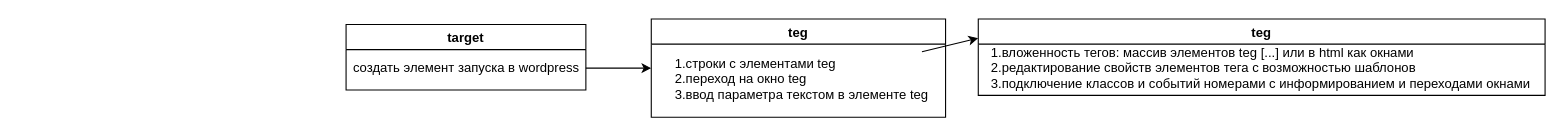
The draw.io diagram bo52.drawio in bo52/start, before the edit. Source tidied: cells renumbered, new cells numbered last; positions are measured from the earlier drawing's top-left corner, leaving out a move shared by most shapes. Both pictures are drawn from the tidied source at 109%, with x=0, y=0 at pixel (346, 19).
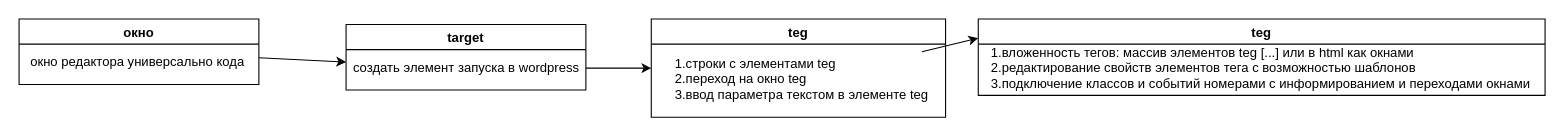
The same page after the edit.

The edit, as a diff of the source:
```diff
@@
 <mxGraphModel>
   <root>
     <mxCell id="0" />
     <mxCell id="1" parent="0" />
     <mxCell id="2" value="target" style="swimlane;" parent="1" vertex="1">
       <mxGeometry y="5" width="220" height="60" as="geometry" />
     </mxCell>
     <mxCell id="3" value="создать элемент запуска в wordpress" style="text;html=1;align=center;verticalAlign=middle;points=[];strokeColor=none;" parent="2" vertex="1">
       <mxGeometry y="30" width="220" height="20" as="geometry" />
     </mxCell>
     <mxCell id="4" value="teg" style="swimlane;" parent="1" vertex="1">
       <mxGeometry x="280" width="270" height="90" as="geometry" />
     </mxCell>
     <mxCell id="5" value="1.строки с элементами teg&lt;br&gt;2.переход на окно teg&lt;br&gt;3.ввод параметра текстом в элементе teg" style="text;html=1;align=left;verticalAlign=middle;points=[];strokeColor=none;" parent="4" vertex="1">
       <mxGeometry x="20" y="30" width="250" height="50" as="geometry" />
     </mxCell>
     <mxCell id="6" style="rounded=0;jettySize=auto;html=1;entryX=0;entryY=0.5;entryDx=0;entryDy=0;" parent="1" edge="1" source="3" target="4">
       <mxGeometry relative="1" as="geometry" />
     </mxCell>
     <mxCell id="7" value="teg" style="swimlane;align=center;" parent="1" vertex="1">
       <mxGeometry x="580" width="520" height="70" as="geometry" />
     </mxCell>
     <mxCell id="8" value="1.вложенность тегов: массив элементов teg [...] или в html как окнами&lt;br&gt;2.редактирование свойств элементов тега с возможностью шаблонов&lt;br&gt;3.подключение классов и событий номерами с информированием и переходами окнами" style="text;html=1;align=left;verticalAlign=middle;strokeColor=none;" parent="7" vertex="1">
       <mxGeometry x="10" y="20" width="510" height="50" as="geometry" />
     </mxCell>
     <mxCell id="9" style="edgeStyle=none;rounded=0;jettySize=auto;html=1;entryX=0;entryY=0.25;entryDx=0;entryDy=0;" parent="1" edge="1" source="5" target="7">
       <mxGeometry relative="1" as="geometry" />
     </mxCell>
+    <mxCell id="10" style="rounded=0;jettySize=auto;html=1;" parent="1" edge="1" source="11" target="3">
+      <mxGeometry relative="1" as="geometry" />
+    </mxCell>
+    <mxCell id="11" value="окно" style="swimlane;" parent="1" vertex="1">
+      <mxGeometry x="-300" width="220" height="60" as="geometry" />
+    </mxCell>
+    <mxCell id="12" value="окно редактора универсально кода&amp;nbsp;" style="text;html=1;align=center;verticalAlign=middle;strokeColor=none;" parent="11" vertex="1">
+      <mxGeometry y="30" width="220" height="20" as="geometry" />
+    </mxCell>
   </root>
 </mxGraphModel>
```
